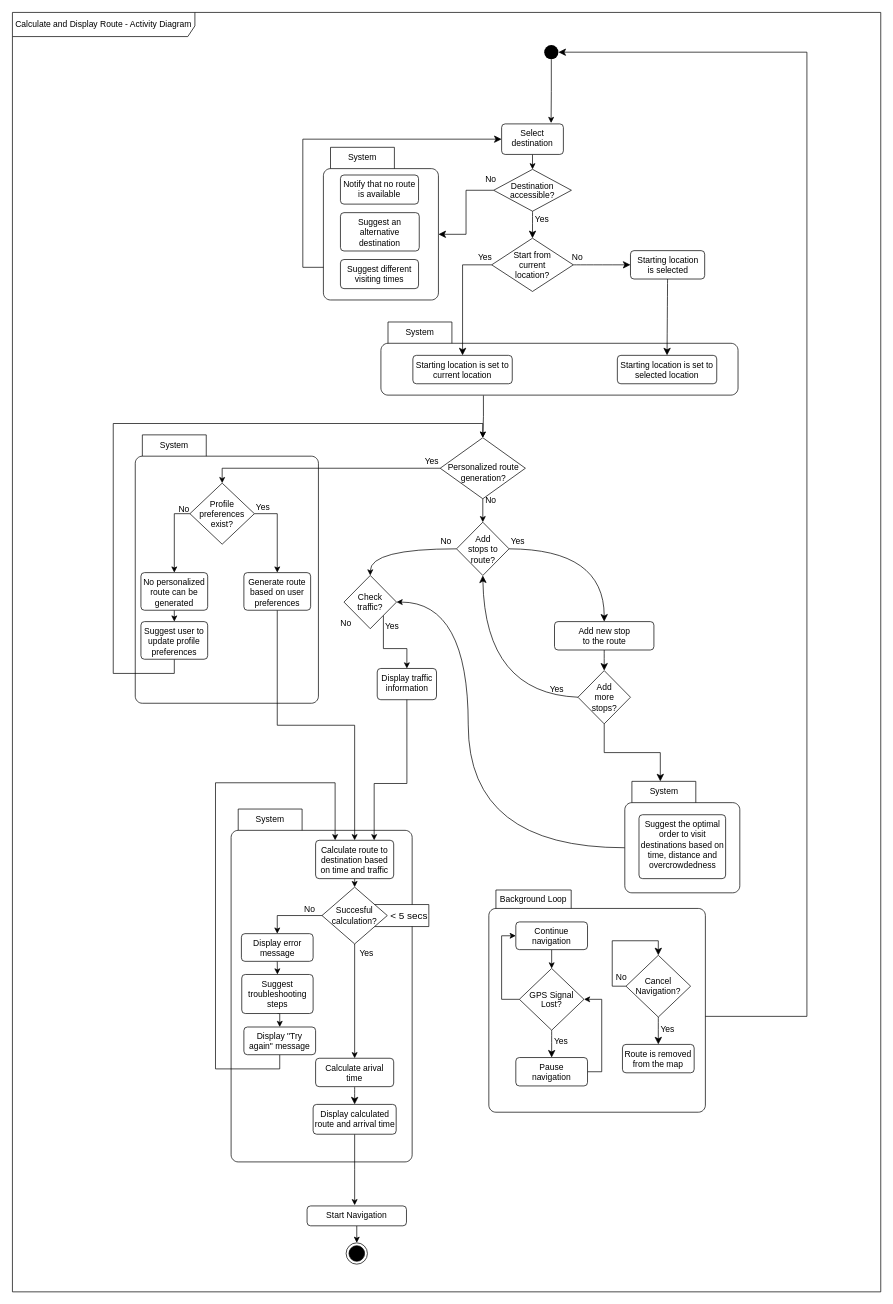
Before: Activity Diagrams/Calculate-and-Display-Route.drawio in gsklaven/MusePath, a draw.io diagram. Source tidied: cells renumbered, new cells numbered last; positions are measured from the earlier drawing's top-left corner, leaving out a move shared by most shapes. Both pictures are drawn from the tidied source at 71%, with x=0, y=0 at pixel (12, 12).
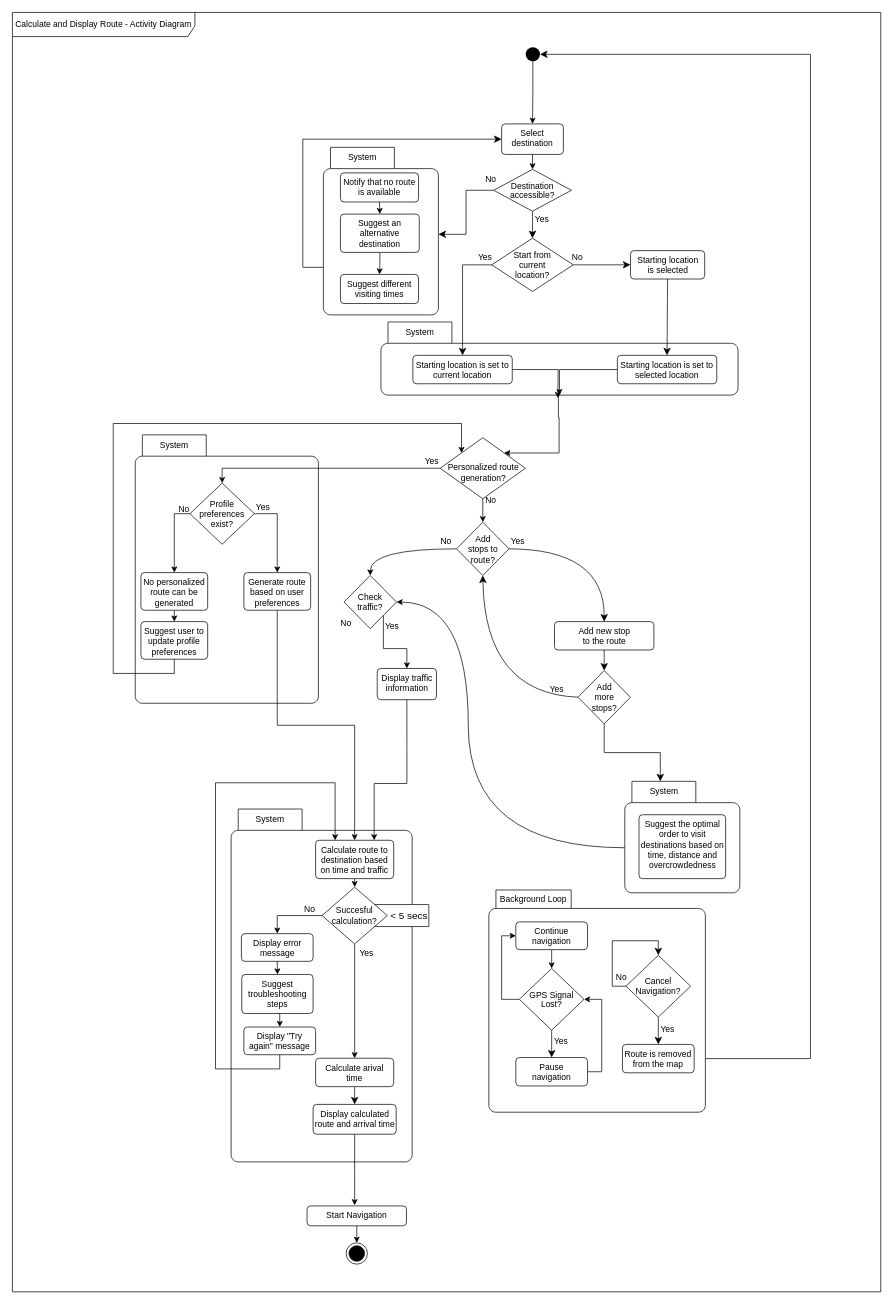
The same page after the edit.

The change refers to these unchanged cells:
```xml
<mxCell id="2" value="Calculate and Display Route - Activity Diagram" style="shape=umlFrame;whiteSpace=wrap;html=1;width=257;height=34;" parent="1" vertex="1">
  <mxGeometry width="1223" height="1802" as="geometry" />
</mxCell>
<mxCell id="4" value="System" style="shape=folder;align=center;verticalAlign=middle;fontStyle=0;tabWidth=100;tabHeight=30;tabPosition=left;html=1;boundedLbl=1;labelInHeader=1;rounded=1;absoluteArcSize=1;arcSize=10;whiteSpace=wrap;" parent="2" vertex="1">
  <mxGeometry x="519" y="436" width="503" height="103" as="geometry" />
</mxCell>
<mxCell id="8" value="Select&lt;div&gt;destination&lt;/div&gt;" style="html=1;align=center;verticalAlign=top;rounded=1;absoluteArcSize=1;arcSize=10;dashed=0;whiteSpace=wrap;" parent="2" vertex="1">
  <mxGeometry x="689" y="157" width="87" height="43" as="geometry" />
</mxCell>
<mxCell id="28" value="Starting location is set to current location" style="html=1;align=center;verticalAlign=top;rounded=1;absoluteArcSize=1;arcSize=10;dashed=0;whiteSpace=wrap;" parent="2" vertex="1">
  <mxGeometry x="564" y="483" width="140" height="40" as="geometry" />
</mxCell>
<mxCell id="30" value="Starting location is set to&lt;div&gt;selected location&lt;/div&gt;" style="html=1;align=center;verticalAlign=top;rounded=1;absoluteArcSize=1;arcSize=10;dashed=0;whiteSpace=wrap;" parent="2" vertex="1">
  <mxGeometry x="852" y="483" width="140" height="40" as="geometry" />
</mxCell>
<mxCell id="52" style="rhombus;" parent="2" vertex="1">
  <mxGeometry x="602.5" y="599" width="120" height="86" as="geometry" />
</mxCell>
<mxCell id="69" value="Route is removed from the map" style="html=1;align=center;verticalAlign=top;rounded=1;absoluteArcSize=1;arcSize=10;dashed=0;whiteSpace=wrap;" parent="2" vertex="1">
  <mxGeometry x="859.2" y="1453.5" width="101" height="40" as="geometry" />
</mxCell>
<mxCell id="104" value="Suggest user to update profile&lt;div&gt;&lt;span style=&quot;text-wrap-mode: nowrap;&quot;&gt;preferences&lt;/span&gt;&lt;/div&gt;" style="html=1;align=center;verticalAlign=top;rounded=1;absoluteArcSize=1;arcSize=10;dashed=0;whiteSpace=wrap;" parent="2" vertex="1">
  <mxGeometry x="181" y="858" width="94" height="53" as="geometry" />
</mxCell>
```

Change to the diagram source:
```diff
@@
-    <mxCell id="5" style="edgeStyle=orthogonalEdgeStyle;rounded=0;jettySize=auto;html=1;exitX=0.5;exitY=1;exitDx=0;exitDy=0;entryX=0.801;entryY=-0.028;entryDx=0;entryDy=0;entryPerimeter=0;" parent="2" edge="1" source="6" target="8">
+    <mxCell id="5" style="edgeStyle=orthogonalEdgeStyle;rounded=0;jettySize=auto;html=1;exitX=0.5;exitY=1;exitDx=0;exitDy=0;entryX=0.5;entryY=0;entryDx=0;entryDy=0;" parent="2" edge="1" source="6" target="8">
       <mxGeometry relative="1" as="geometry" />
     </mxCell>
     <mxCell id="6" style="ellipse;fillColor=#000000;strokeColor=none;" parent="2" vertex="1">
-      <mxGeometry x="749" y="46" width="20" height="20" as="geometry" />
+      <mxGeometry x="723" y="49" width="20" height="20" as="geometry" />
     </mxCell>
@@
-    <mxCell id="25" style="edgeStyle=orthogonalEdgeStyle;rounded=0;jettySize=auto;html=1;exitX=1;exitY=0.5;exitDx=0;exitDy=0;entryX=1;entryY=0.5;entryDx=0;entryDy=0;fontSize=12;startSize=8;endSize=8;" parent="2" edge="1" source="69" target="6">
+    <mxCell id="25" style="edgeStyle=orthogonalEdgeStyle;rounded=0;jettySize=auto;html=1;exitX=1;exitY=0.5;exitDx=0;exitDy=0;fontSize=12;startSize=8;endSize=8;entryX=1;entryY=0.5;entryDx=0;entryDy=0;" parent="2" edge="1" source="69" target="6">
       <mxGeometry relative="1" as="geometry">
         <Array as="points">
-          <mxPoint x="1119" y="1414" />
-          <mxPoint x="1119" y="56" />
+          <mxPoint x="1124" y="1474" />
+          <mxPoint x="1124" y="59" />
         </Array>
       </mxGeometry>
     </mxCell>
@@
+    <mxCell id="106" style="edgeStyle=orthogonalEdgeStyle;rounded=0;jettySize=auto;html=1;" parent="2" edge="1" source="28">
+      <mxGeometry relative="1" as="geometry">
+        <mxPoint x="768.2" y="543.2" as="targetPoint" />
+      </mxGeometry>
+    </mxCell>
@@
     <mxCell id="37" value="System" style="shape=folder;align=center;verticalAlign=middle;fontStyle=0;tabWidth=100;tabHeight=30;tabPosition=left;html=1;boundedLbl=1;labelInHeader=1;rounded=1;absoluteArcSize=1;arcSize=10;whiteSpace=wrap;" parent="2" vertex="1">
-      <mxGeometry x="438" y="190" width="162" height="215" as="geometry" />
+      <mxGeometry x="438" y="190" width="162" height="236" as="geometry" />
     </mxCell>
+    <mxCell id="107" style="edgeStyle=orthogonalEdgeStyle;rounded=0;jettySize=auto;html=1;exitX=0.5;exitY=1;exitDx=0;exitDy=0;entryX=0.5;entryY=0;entryDx=0;entryDy=0;" parent="2" edge="1" source="38" target="39">
+      <mxGeometry relative="1" as="geometry" />
+    </mxCell>
     <mxCell id="38" value="Notify that no route is available" style="html=1;align=center;verticalAlign=top;rounded=1;absoluteArcSize=1;arcSize=10;dashed=0;whiteSpace=wrap;" parent="2" vertex="1">
-      <mxGeometry x="462" y="229" width="110" height="41" as="geometry" />
+      <mxGeometry x="462" y="226" width="110" height="41" as="geometry" />
     </mxCell>
+    <mxCell id="108" style="edgeStyle=orthogonalEdgeStyle;rounded=0;jettySize=auto;html=1;entryX=0.5;entryY=0;entryDx=0;entryDy=0;" parent="2" edge="1" source="39" target="40">
+      <mxGeometry relative="1" as="geometry" />
+    </mxCell>
     <mxCell id="39" value="Suggest an alternative destination" style="html=1;align=center;verticalAlign=top;rounded=1;absoluteArcSize=1;arcSize=10;dashed=0;whiteSpace=wrap;" parent="2" vertex="1">
-      <mxGeometry x="462" y="282" width="111" height="54" as="geometry" />
+      <mxGeometry x="462" y="284" width="111" height="54" as="geometry" />
     </mxCell>
     <mxCell id="40" value="Suggest different visiting times" style="html=1;align=center;verticalAlign=top;rounded=1;absoluteArcSize=1;arcSize=10;dashed=0;whiteSpace=wrap;" parent="2" vertex="1">
-      <mxGeometry x="462" y="348" width="110" height="41" as="geometry" />
+      <mxGeometry x="462" y="369" width="110" height="41" as="geometry" />
     </mxCell>
@@
-    <mxCell id="91" style="edgeStyle=orthogonalEdgeStyle;rounded=0;jettySize=auto;html=1;exitX=0.287;exitY=1.005;exitDx=0;exitDy=0;exitPerimeter=0;entryX=0.5;entryY=0;entryDx=0;entryDy=0;" parent="2" edge="1" source="4" target="52">
-      <mxGeometry relative="1" as="geometry" />
+    <mxCell id="91" style="edgeStyle=orthogonalEdgeStyle;rounded=0;jettySize=auto;html=1;exitX=0.5;exitY=1;exitDx=0;exitDy=0;exitPerimeter=0;entryX=1;entryY=0;entryDx=0;entryDy=0;" parent="2" edge="1" source="4" target="52">
+      <mxGeometry relative="1" as="geometry">
+        <Array as="points">
+          <mxPoint x="769" y="539" />
+          <mxPoint x="769" y="571" />
+          <mxPoint x="770" y="571" />
+          <mxPoint x="770" y="621" />
+        </Array>
+      </mxGeometry>
     </mxCell>
@@
-    <mxCell id="103" style="edgeStyle=orthogonalEdgeStyle;rounded=0;jettySize=auto;html=1;exitX=0.5;exitY=1;exitDx=0;exitDy=0;entryX=0.5;entryY=0;entryDx=0;entryDy=0;" parent="2" edge="1" source="104" target="52">
+    <mxCell id="103" style="edgeStyle=orthogonalEdgeStyle;rounded=0;jettySize=auto;html=1;exitX=0.5;exitY=1;exitDx=0;exitDy=0;entryX=0;entryY=0;entryDx=0;entryDy=0;" parent="2" edge="1" source="104" target="52">
       <mxGeometry relative="1" as="geometry">
         <Array as="points">
           <mxPoint x="228" y="931" />
           <mxPoint x="142" y="931" />
           <mxPoint x="142" y="579" />
-          <mxPoint x="663" y="579" />
+          <mxPoint x="633" y="579" />
         </Array>
       </mxGeometry>
     </mxCell>
@@
+    <mxCell id="109" style="edgeStyle=orthogonalEdgeStyle;rounded=0;jettySize=auto;html=1;entryX=0.5;entryY=1;entryDx=0;entryDy=0;entryPerimeter=0;" parent="2" edge="1" source="30" target="4">
+      <mxGeometry relative="1" as="geometry">
+        <Array as="points">
+          <mxPoint x="771" y="503" />
+        </Array>
+      </mxGeometry>
+    </mxCell>
```
